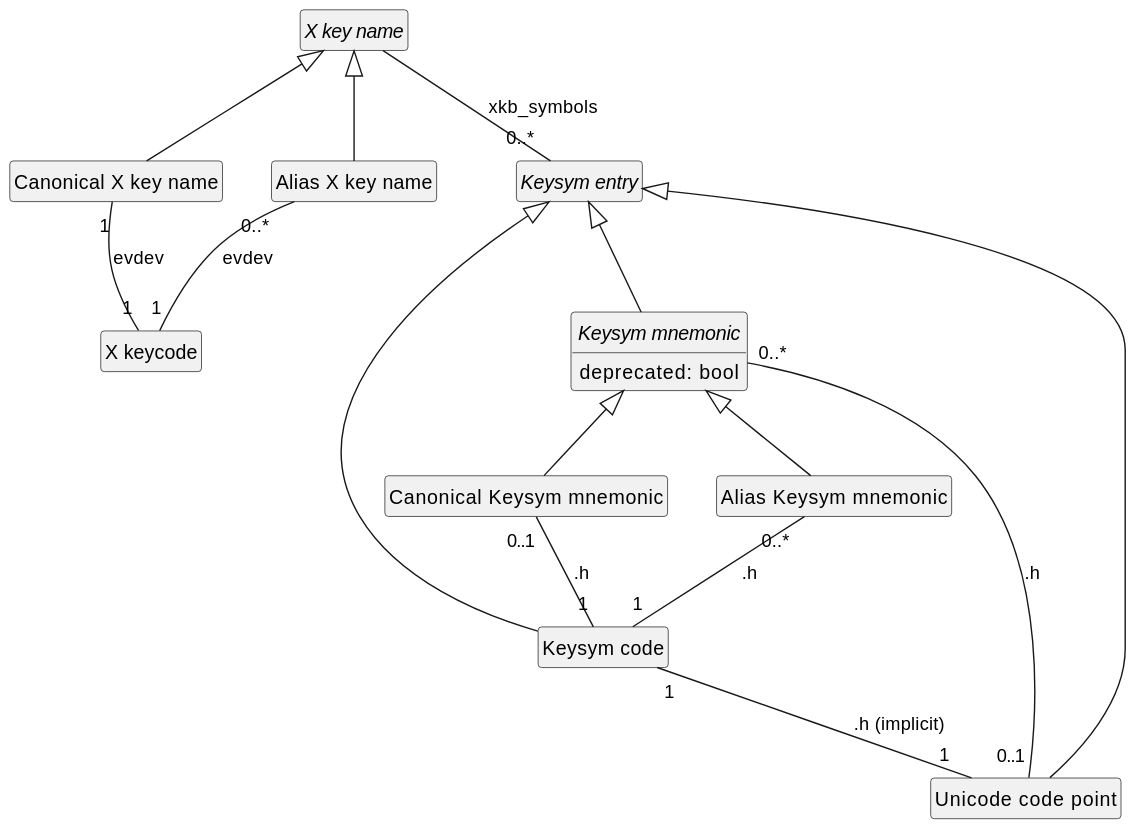
This is X mappings.svg from oliviercailloux/XKB-doc, a PlantUML export, as it was before one commit. Its diagram source:
```plantuml
@startuml
hide empty members
hide circle
abstract class  "X key name"
"X key name" <|-- "Alias X key name"
"X key name" <|-- "Canonical X key name"
"Alias X key name" "0..*" -- "1" "X keycode" : evdev
"Canonical X key name" "1" -- "1" "X keycode" : evdev

abstract class "Keysym entry"
"X key name" -- "0..*" "Keysym entry" : xkb_symbols

abstract class "Keysym mnemonic" {
  deprecated: bool
}
"Keysym entry" <|-- "Keysym mnemonic"
"Keysym entry" <|-- "Unicode code point"
"Keysym entry" <|-- "Keysym code"
"Keysym mnemonic" <|-- "Canonical Keysym mnemonic"
"Keysym mnemonic" <|-- "Alias Keysym mnemonic"
"Keysym mnemonic" "0..*" -- "0..1" "Unicode code point" : .h
"Canonical Keysym mnemonic" "0..1" -- "1" "Keysym code" : .h
"Alias Keysym mnemonic" "0..*" -- "1" "Keysym code" : .h
"Keysym code" "1" -- "1" "Unicode code point" : .h (implicit)
@enduml
```
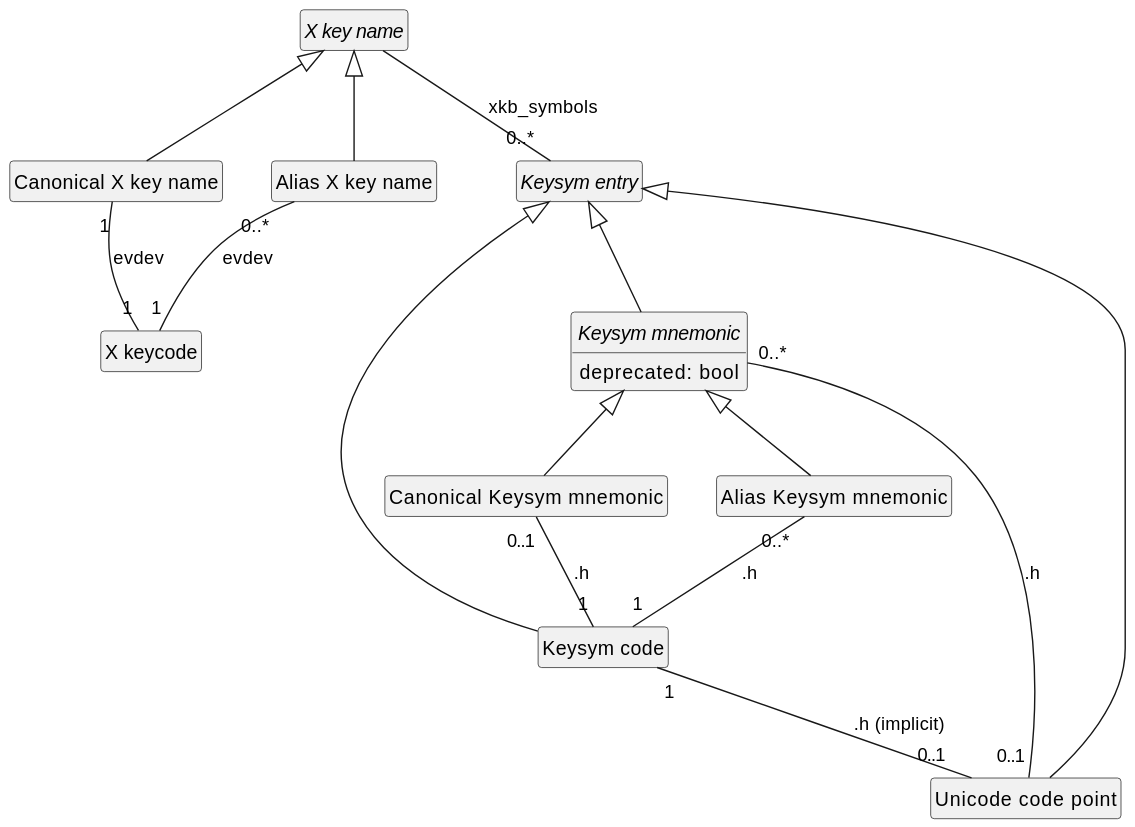
Above is the later version.

Commit message:
Ks code to no UCP

Diff of the diagram source:
```diff
@@ -21,5 +21,5 @@
 "Keysym mnemonic" "0..*" -- "0..1" "Unicode code point" : .h
 "Canonical Keysym mnemonic" "0..1" -- "1" "Keysym code" : .h
 "Alias Keysym mnemonic" "0..*" -- "1" "Keysym code" : .h
-"Keysym code" "1" -- "1" "Unicode code point" : .h (implicit)
+"Keysym code" "1" -- "0..1" "Unicode code point" : .h (implicit)
 @enduml
```
